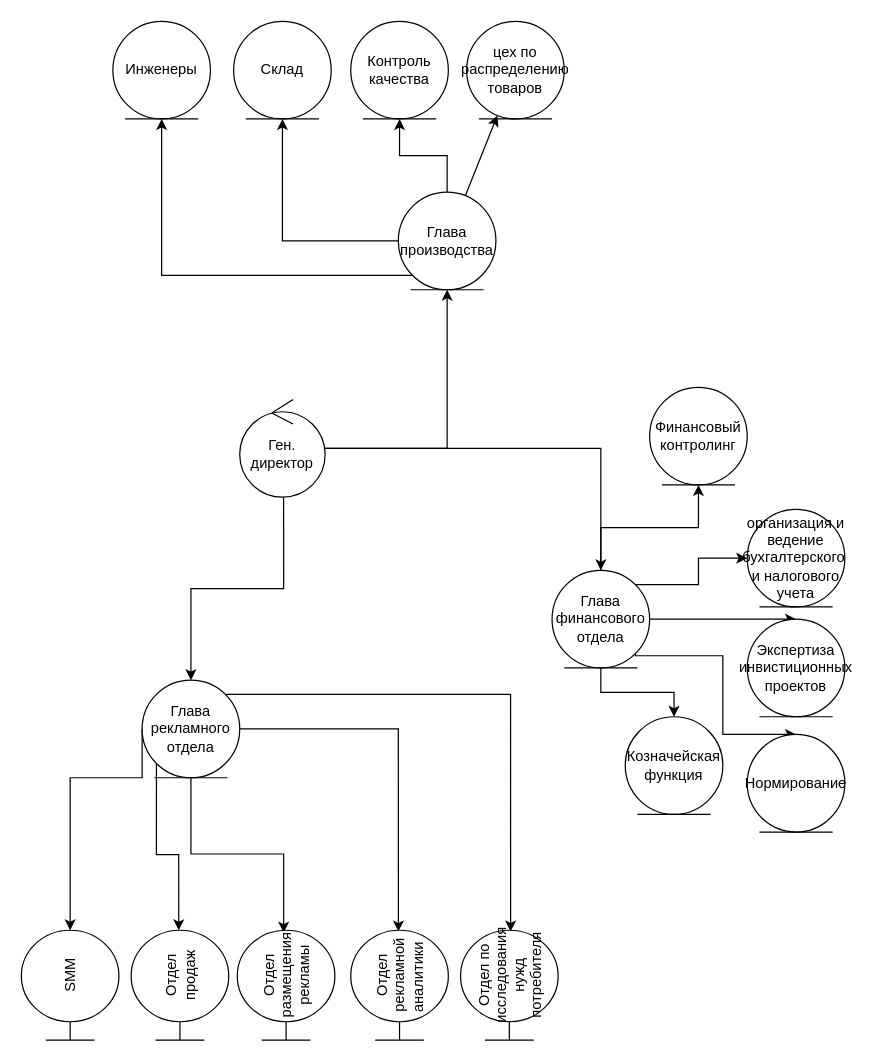
Barbariks/ACMS keeps this draw.io diagram as pract2.drawio. Above is the earlier version. Source tidied: cells renumbered, new cells numbered last; positions are measured from the earlier drawing's top-left corner, leaving out a move shared by most shapes. Both pictures are drawn from the tidied source at 122%, with x=0, y=0 at pixel (15, 21).
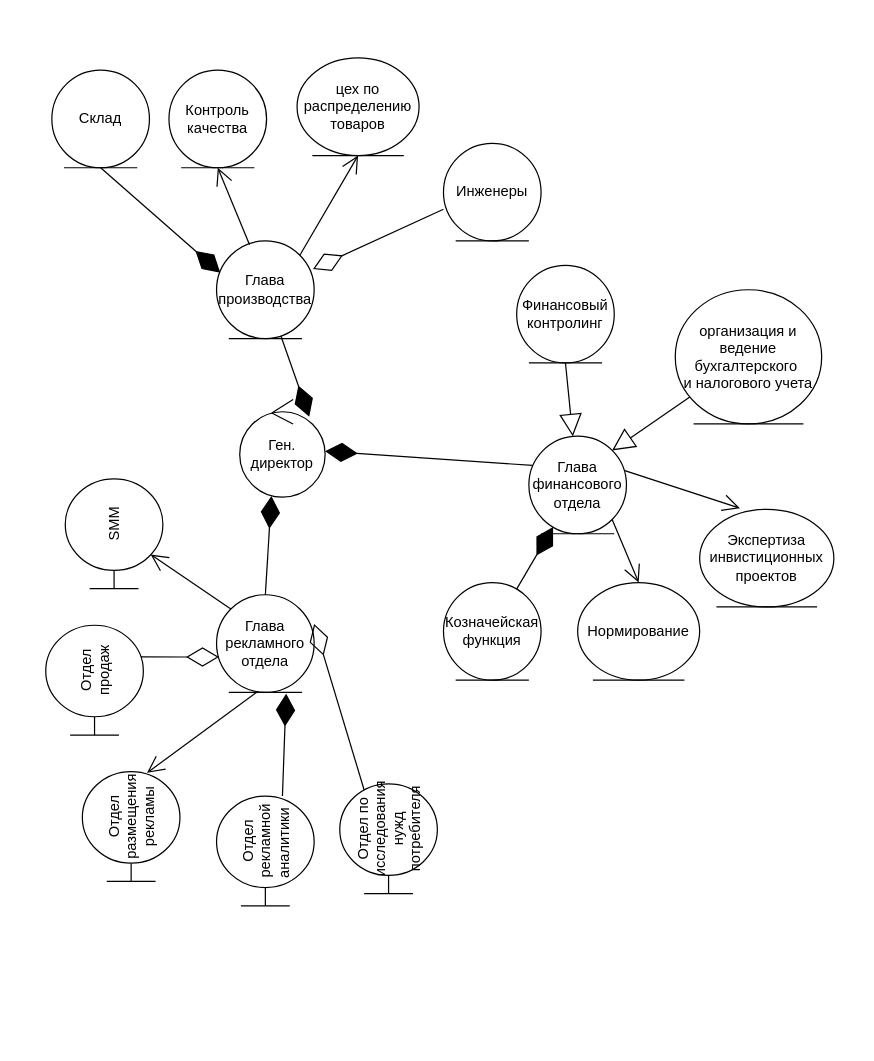
Above is the later version.

Unchanged cells that the change refers to:
```xml
<mxCell id="11" value="Ген. директор" style="ellipse;shape=umlControl;whiteSpace=wrap;html=1;" parent="1" vertex="1">
  <mxGeometry x="184" y="310" width="70" height="80" as="geometry" />
</mxCell>
```

Diff of the diagram source:
```diff
@@
     <mxCell id="2" value="Отдел продаж" style="shape=umlBoundary;whiteSpace=wrap;html=1;rotation=-90;" parent="1" vertex="1">
-      <mxGeometry x="90" y="750" width="90" height="80" as="geometry" />
+      <mxGeometry x="20" y="500" width="90" height="80" as="geometry" />
     </mxCell>
-    <mxCell id="3" style="edgeStyle=orthogonalEdgeStyle;rounded=0;jettySize=auto;html=1;exitX=0;exitY=0.5;exitDx=0;exitDy=0;" parent="1" edge="1" source="8" target="13">
-      <mxGeometry relative="1" as="geometry">
-        <Array as="points">
-          <mxPoint x="104" y="620" />
-          <mxPoint x="45" y="620" />
-        </Array>
-      </mxGeometry>
-    </mxCell>
-    <mxCell id="4" style="edgeStyle=orthogonalEdgeStyle;rounded=0;jettySize=auto;html=1;exitX=0;exitY=1;exitDx=0;exitDy=0;entryX=1;entryY=0.488;entryDx=0;entryDy=0;entryPerimeter=0;" parent="1" edge="1" source="8" target="2">
-      <mxGeometry relative="1" as="geometry">
-        <Array as="points">
-          <mxPoint x="116" y="683" />
-          <mxPoint x="134" y="683" />
-        </Array>
-      </mxGeometry>
-    </mxCell>
-    <mxCell id="5" style="edgeStyle=orthogonalEdgeStyle;rounded=0;jettySize=auto;html=1;exitX=0.5;exitY=1;exitDx=0;exitDy=0;entryX=0.978;entryY=0.475;entryDx=0;entryDy=0;entryPerimeter=0;" parent="1" edge="1" source="8" target="12">
-      <mxGeometry relative="1" as="geometry" />
-    </mxCell>
-    <mxCell id="6" style="edgeStyle=orthogonalEdgeStyle;rounded=0;jettySize=auto;html=1;exitX=1;exitY=0.5;exitDx=0;exitDy=0;entryX=0.989;entryY=0.488;entryDx=0;entryDy=0;entryPerimeter=0;" parent="1" edge="1" source="8" target="14">
-      <mxGeometry relative="1" as="geometry">
-        <Array as="points">
-          <mxPoint x="314" y="580" />
-        </Array>
-      </mxGeometry>
-    </mxCell>
-    <mxCell id="7" style="edgeStyle=orthogonalEdgeStyle;rounded=0;jettySize=auto;html=1;exitX=1;exitY=0;exitDx=0;exitDy=0;entryX=0.989;entryY=0.513;entryDx=0;entryDy=0;entryPerimeter=0;" parent="1" edge="1" source="8" target="15">
-      <mxGeometry relative="1" as="geometry" />
-    </mxCell>
     <mxCell id="8" value="Глава рекламного отдела" style="ellipse;shape=umlEntity;whiteSpace=wrap;html=1;" parent="1" vertex="1">
-      <mxGeometry x="104" y="540" width="80" height="80" as="geometry" />
+      <mxGeometry x="165" y="470" width="80" height="80" as="geometry" />
     </mxCell>
-    <mxCell id="9" style="edgeStyle=orthogonalEdgeStyle;rounded=0;jettySize=auto;html=1;" parent="1" edge="1" source="11" target="22">
-      <mxGeometry relative="1" as="geometry" />
-    </mxCell>
-    <mxCell id="10" style="edgeStyle=orthogonalEdgeStyle;rounded=0;jettySize=auto;html=1;" parent="1" edge="1" source="11" target="32">
-      <mxGeometry relative="1" as="geometry" />
-    </mxCell>
@@
     <mxCell id="12" value="Отдел размещения рекламы" style="shape=umlBoundary;whiteSpace=wrap;html=1;rotation=-90;" parent="1" vertex="1">
-      <mxGeometry x="177" y="750" width="90" height="80" as="geometry" />
+      <mxGeometry x="50" y="620" width="90" height="80" as="geometry" />
     </mxCell>
     <mxCell id="13" value="SMM" style="shape=umlBoundary;whiteSpace=wrap;html=1;rotation=-90;" parent="1" vertex="1">
-      <mxGeometry y="750" width="90" height="80" as="geometry" />
+      <mxGeometry x="36" y="380" width="90" height="80" as="geometry" />
     </mxCell>
     <mxCell id="14" value="Отдел рекламной аналитики&amp;nbsp;" style="shape=umlBoundary;whiteSpace=wrap;html=1;rotation=-90;" parent="1" vertex="1">
-      <mxGeometry x="270" y="750" width="90" height="80" as="geometry" />
+      <mxGeometry x="160" y="640" width="90" height="80" as="geometry" />
     </mxCell>
     <mxCell id="15" value="Отдел по исследования нужд потребителя" style="shape=umlBoundary;whiteSpace=wrap;html=1;rotation=-90;" parent="1" vertex="1">
-      <mxGeometry x="360" y="750" width="90" height="80" as="geometry" />
+      <mxGeometry x="261" y="630" width="90" height="80" as="geometry" />
     </mxCell>
-    <mxCell id="16" style="edgeStyle=orthogonalEdgeStyle;rounded=0;jettySize=auto;html=1;exitX=0.514;exitY=1;exitDx=0;exitDy=0;entryX=0.5;entryY=0;entryDx=0;entryDy=0;exitPerimeter=0;" parent="1" edge="1" source="11" target="8">
-      <mxGeometry relative="1" as="geometry" />
-    </mxCell>
-    <mxCell id="17" style="edgeStyle=orthogonalEdgeStyle;rounded=0;jettySize=auto;html=1;exitX=0.5;exitY=1;exitDx=0;exitDy=0;entryX=0.5;entryY=0;entryDx=0;entryDy=0;" parent="1" edge="1" source="22" target="26">
-      <mxGeometry relative="1" as="geometry" />
-    </mxCell>
-    <mxCell id="18" style="edgeStyle=orthogonalEdgeStyle;rounded=0;jettySize=auto;html=1;exitX=1;exitY=1;exitDx=0;exitDy=0;entryX=0.5;entryY=0;entryDx=0;entryDy=0;" parent="1" edge="1" source="22" target="25">
-      <mxGeometry relative="1" as="geometry">
-        <Array as="points">
-          <mxPoint x="508" y="520" />
-          <mxPoint x="580" y="520" />
-          <mxPoint x="580" y="585" />
-        </Array>
-      </mxGeometry>
-    </mxCell>
-    <mxCell id="19" style="edgeStyle=orthogonalEdgeStyle;rounded=0;jettySize=auto;html=1;exitX=1;exitY=0.5;exitDx=0;exitDy=0;entryX=0.5;entryY=0;entryDx=0;entryDy=0;" parent="1" edge="1" source="22" target="24">
-      <mxGeometry relative="1" as="geometry">
-        <Array as="points">
-          <mxPoint x="600" y="490" />
-          <mxPoint x="600" y="490" />
-        </Array>
-      </mxGeometry>
-    </mxCell>
-    <mxCell id="20" style="edgeStyle=orthogonalEdgeStyle;rounded=0;jettySize=auto;html=1;exitX=0.5;exitY=0;exitDx=0;exitDy=0;entryX=0.5;entryY=1;entryDx=0;entryDy=0;" parent="1" edge="1" source="22" target="27">
-      <mxGeometry relative="1" as="geometry" />
-    </mxCell>
-    <mxCell id="21" style="edgeStyle=orthogonalEdgeStyle;rounded=0;jettySize=auto;html=1;exitX=1;exitY=0;exitDx=0;exitDy=0;entryX=0;entryY=0.5;entryDx=0;entryDy=0;" parent="1" edge="1" source="22" target="23">
-      <mxGeometry relative="1" as="geometry" />
-    </mxCell>
     <mxCell id="22" value="Глава финансового отдела" style="ellipse;shape=umlEntity;whiteSpace=wrap;html=1;" parent="1" vertex="1">
-      <mxGeometry x="440" y="450" width="80" height="80" as="geometry" />
+      <mxGeometry x="421" y="340" width="80" height="80" as="geometry" />
     </mxCell>
     <mxCell id="23" value="организация и ведение бухгалтерского&amp;nbsp;&lt;br&gt;и налогового учета" style="ellipse;shape=umlEntity;whiteSpace=wrap;html=1;" parent="1" vertex="1">
-      <mxGeometry x="600" y="400" width="80" height="80" as="geometry" />
+      <mxGeometry x="541" y="220" width="120" height="110" as="geometry" />
     </mxCell>
     <mxCell id="24" value="Экспертиза инвистиционных проектов" style="ellipse;shape=umlEntity;whiteSpace=wrap;html=1;" parent="1" vertex="1">
-      <mxGeometry x="600" y="490" width="80" height="80" as="geometry" />
+      <mxGeometry x="561" y="400" width="110" height="80" as="geometry" />
     </mxCell>
     <mxCell id="25" value="Нормирование" style="ellipse;shape=umlEntity;whiteSpace=wrap;html=1;" parent="1" vertex="1">
-      <mxGeometry x="600" y="584.5" width="80" height="80" as="geometry" />
+      <mxGeometry x="461" y="460" width="100" height="80" as="geometry" />
     </mxCell>
     <mxCell id="26" value="Козначейская&lt;br&gt;функция" style="ellipse;shape=umlEntity;whiteSpace=wrap;html=1;" parent="1" vertex="1">
-      <mxGeometry x="500" y="570" width="80" height="80" as="geometry" />
+      <mxGeometry x="351" y="460" width="80" height="80" as="geometry" />
     </mxCell>
     <mxCell id="27" value="Финансовый контролинг" style="ellipse;shape=umlEntity;whiteSpace=wrap;html=1;" parent="1" vertex="1">
-      <mxGeometry x="520" y="300" width="80" height="80" as="geometry" />
+      <mxGeometry x="411" y="200" width="80" height="80" as="geometry" />
     </mxCell>
-    <mxCell id="28" style="edgeStyle=orthogonalEdgeStyle;rounded=0;jettySize=auto;html=1;exitX=0;exitY=1;exitDx=0;exitDy=0;" parent="1" edge="1" source="32" target="33">
-      <mxGeometry relative="1" as="geometry" />
-    </mxCell>
-    <mxCell id="29" style="edgeStyle=orthogonalEdgeStyle;rounded=0;jettySize=auto;html=1;" parent="1" edge="1" source="32" target="34">
-      <mxGeometry relative="1" as="geometry" />
-    </mxCell>
-    <mxCell id="30" style="edgeStyle=orthogonalEdgeStyle;rounded=0;jettySize=auto;html=1;" parent="1" edge="1" source="32" target="35">
-      <mxGeometry relative="1" as="geometry" />
-    </mxCell>
-    <mxCell id="31" style="edgeStyle=orthogonalEdgeStyle;rounded=0;jettySize=auto;html=1;" parent="1" edge="1" source="32" target="36">
-      <mxGeometry relative="1" as="geometry">
-        <Array as="points">
-          <mxPoint x="390" y="220" />
-        </Array>
-      </mxGeometry>
-    </mxCell>
     <mxCell id="32" value="Глава производства" style="ellipse;shape=umlEntity;whiteSpace=wrap;html=1;" parent="1" vertex="1">
-      <mxGeometry x="314" y="140" width="80" height="80" as="geometry" />
+      <mxGeometry x="165" y="180" width="80" height="80" as="geometry" />
     </mxCell>
     <mxCell id="33" value="Инженеры" style="ellipse;shape=umlEntity;whiteSpace=wrap;html=1;" parent="1" vertex="1">
-      <mxGeometry x="80" width="80" height="80" as="geometry" />
+      <mxGeometry x="351" y="100" width="80" height="80" as="geometry" />
     </mxCell>
     <mxCell id="34" value="Склад" style="ellipse;shape=umlEntity;whiteSpace=wrap;html=1;" parent="1" vertex="1">
-      <mxGeometry x="179" width="80" height="80" as="geometry" />
+      <mxGeometry x="30" y="40" width="80" height="80" as="geometry" />
     </mxCell>
     <mxCell id="35" value="Контроль качества" style="ellipse;shape=umlEntity;whiteSpace=wrap;html=1;" parent="1" vertex="1">
-      <mxGeometry x="275" width="80" height="80" as="geometry" />
+      <mxGeometry x="126" y="40" width="80" height="80" as="geometry" />
     </mxCell>
     <mxCell id="36" value="цех по распределению&lt;br&gt;товаров" style="ellipse;shape=umlEntity;whiteSpace=wrap;html=1;" parent="1" vertex="1">
-      <mxGeometry x="370" width="80" height="80" as="geometry" />
+      <mxGeometry x="231" y="30" width="100" height="80" as="geometry" />
     </mxCell>
+    <mxCell id="37" style="endArrow=diamondThin;endFill=1;endSize=24;html=1;rounded=0;" parent="1" edge="1" source="26" target="22">
+      <mxGeometry relative="1" as="geometry" />
+    </mxCell>
+    <mxCell id="38" style="endArrow=diamondThin;endFill=1;endSize=24;html=1;rounded=0;entryX=0.713;entryY=1.013;entryDx=0;entryDy=0;entryPerimeter=0;exitX=1;exitY=0.675;exitDx=0;exitDy=0;exitPerimeter=0;" parent="1" edge="1" source="14" target="8">
+      <mxGeometry relative="1" as="geometry" />
+    </mxCell>
+    <mxCell id="39" style="endArrow=diamondThin;endFill=0;endSize=24;html=1;rounded=0;entryX=0.025;entryY=0.638;entryDx=0;entryDy=0;entryPerimeter=0;exitX=0.711;exitY=0.975;exitDx=0;exitDy=0;exitPerimeter=0;" parent="1" edge="1" source="2" target="8">
+      <mxGeometry relative="1" as="geometry" />
+    </mxCell>
+    <mxCell id="40" style="endArrow=diamondThin;endFill=0;endSize=24;html=1;rounded=0;entryX=1;entryY=0.3;entryDx=0;entryDy=0;exitX=0.944;exitY=0.25;exitDx=0;exitDy=0;exitPerimeter=0;entryPerimeter=0;" parent="1" edge="1" source="15" target="8">
+      <mxGeometry relative="1" as="geometry" />
+    </mxCell>
+    <mxCell id="41" style="endArrow=diamondThin;endFill=1;endSize=24;html=1;rounded=0;exitX=0.5;exitY=0;exitDx=0;exitDy=0;entryX=0.371;entryY=0.988;entryDx=0;entryDy=0;entryPerimeter=0;" parent="1" edge="1" source="8" target="11">
+      <mxGeometry relative="1" as="geometry" />
+    </mxCell>
+    <mxCell id="42" style="endArrow=diamondThin;endFill=1;endSize=24;html=1;rounded=0;entryX=0.814;entryY=0.175;entryDx=0;entryDy=0;entryPerimeter=0;" parent="1" edge="1" source="32" target="11">
+      <mxGeometry relative="1" as="geometry" />
+    </mxCell>
+    <mxCell id="43" style="endArrow=diamondThin;endFill=1;endSize=24;html=1;rounded=0;exitX=0.038;exitY=0.3;exitDx=0;exitDy=0;exitPerimeter=0;" parent="1" edge="1" source="22" target="11">
+      <mxGeometry relative="1" as="geometry" />
+    </mxCell>
+    <mxCell id="44" style="endArrow=diamondThin;endFill=0;endSize=24;html=1;rounded=0;exitX=0;exitY=0.675;exitDx=0;exitDy=0;entryX=0.988;entryY=0.288;entryDx=0;entryDy=0;entryPerimeter=0;exitPerimeter=0;" parent="1" edge="1" source="33" target="32">
+      <mxGeometry relative="1" as="geometry" />
+    </mxCell>
+    <mxCell id="45" style="endArrow=diamondThin;endFill=1;endSize=24;html=1;rounded=0;entryX=0.038;entryY=0.325;entryDx=0;entryDy=0;entryPerimeter=0;exitX=0.5;exitY=1;exitDx=0;exitDy=0;" parent="1" edge="1" source="34" target="32">
+      <mxGeometry relative="1" as="geometry" />
+    </mxCell>
+    <mxCell id="46" style="endArrow=block;endSize=16;endFill=0;html=1;rounded=0;entryX=1;entryY=0;entryDx=0;entryDy=0;" parent="1" edge="1" source="23" target="22">
+      <mxGeometry x="-0.01" relative="1" as="geometry" />
+    </mxCell>
+    <mxCell id="47" style="endArrow=block;endSize=16;endFill=0;html=1;rounded=0;exitX=0.5;exitY=1;exitDx=0;exitDy=0;" parent="1" edge="1" source="27" target="22">
+      <mxGeometry x="-0.01" relative="1" as="geometry" />
+    </mxCell>
+    <mxCell id="18" style="endArrow=open;endFill=1;endSize=12;html=1;rounded=0;exitX=1;exitY=1;exitDx=0;exitDy=0;entryX=0.5;entryY=0;entryDx=0;entryDy=0;" parent="1" edge="1" source="22" target="25">
+      <mxGeometry relative="1" as="geometry" />
+    </mxCell>
+    <mxCell id="3" style="endArrow=open;endFill=1;endSize=12;html=1;rounded=0;exitX=0;exitY=0;exitDx=0;exitDy=0;entryX=0.311;entryY=0.875;entryDx=0;entryDy=0;entryPerimeter=0;" parent="1" edge="1" source="8" target="13">
+      <mxGeometry relative="1" as="geometry" />
+    </mxCell>
+    <mxCell id="5" style="endArrow=open;endFill=1;endSize=12;html=1;rounded=0;exitX=0.425;exitY=0.988;exitDx=0;exitDy=0;exitPerimeter=0;entryX=0.989;entryY=0.663;entryDx=0;entryDy=0;entryPerimeter=0;" parent="1" edge="1" source="8" target="12">
+      <mxGeometry relative="1" as="geometry" />
+    </mxCell>
+    <mxCell id="30" style="endArrow=open;endFill=1;endSize=12;html=1;rounded=0;exitX=0.338;exitY=0.038;exitDx=0;exitDy=0;exitPerimeter=0;entryX=0.5;entryY=1;entryDx=0;entryDy=0;" parent="1" edge="1" source="32" target="35">
+      <mxGeometry relative="1" as="geometry" />
+    </mxCell>
+    <mxCell id="31" style="endArrow=open;endFill=1;endSize=12;html=1;rounded=0;exitX=1;exitY=0;exitDx=0;exitDy=0;entryX=0.5;entryY=1;entryDx=0;entryDy=0;" parent="1" edge="1" source="32" target="36">
+      <mxGeometry relative="1" as="geometry" />
+    </mxCell>
+    <mxCell id="19" style="endArrow=open;endFill=1;endSize=12;html=1;rounded=0;exitX=0.975;exitY=0.35;exitDx=0;exitDy=0;exitPerimeter=0;entryX=0.3;entryY=-0.012;entryDx=0;entryDy=0;entryPerimeter=0;" parent="1" edge="1" source="22" target="24">
+      <mxGeometry relative="1" as="geometry" />
+    </mxCell>
```
